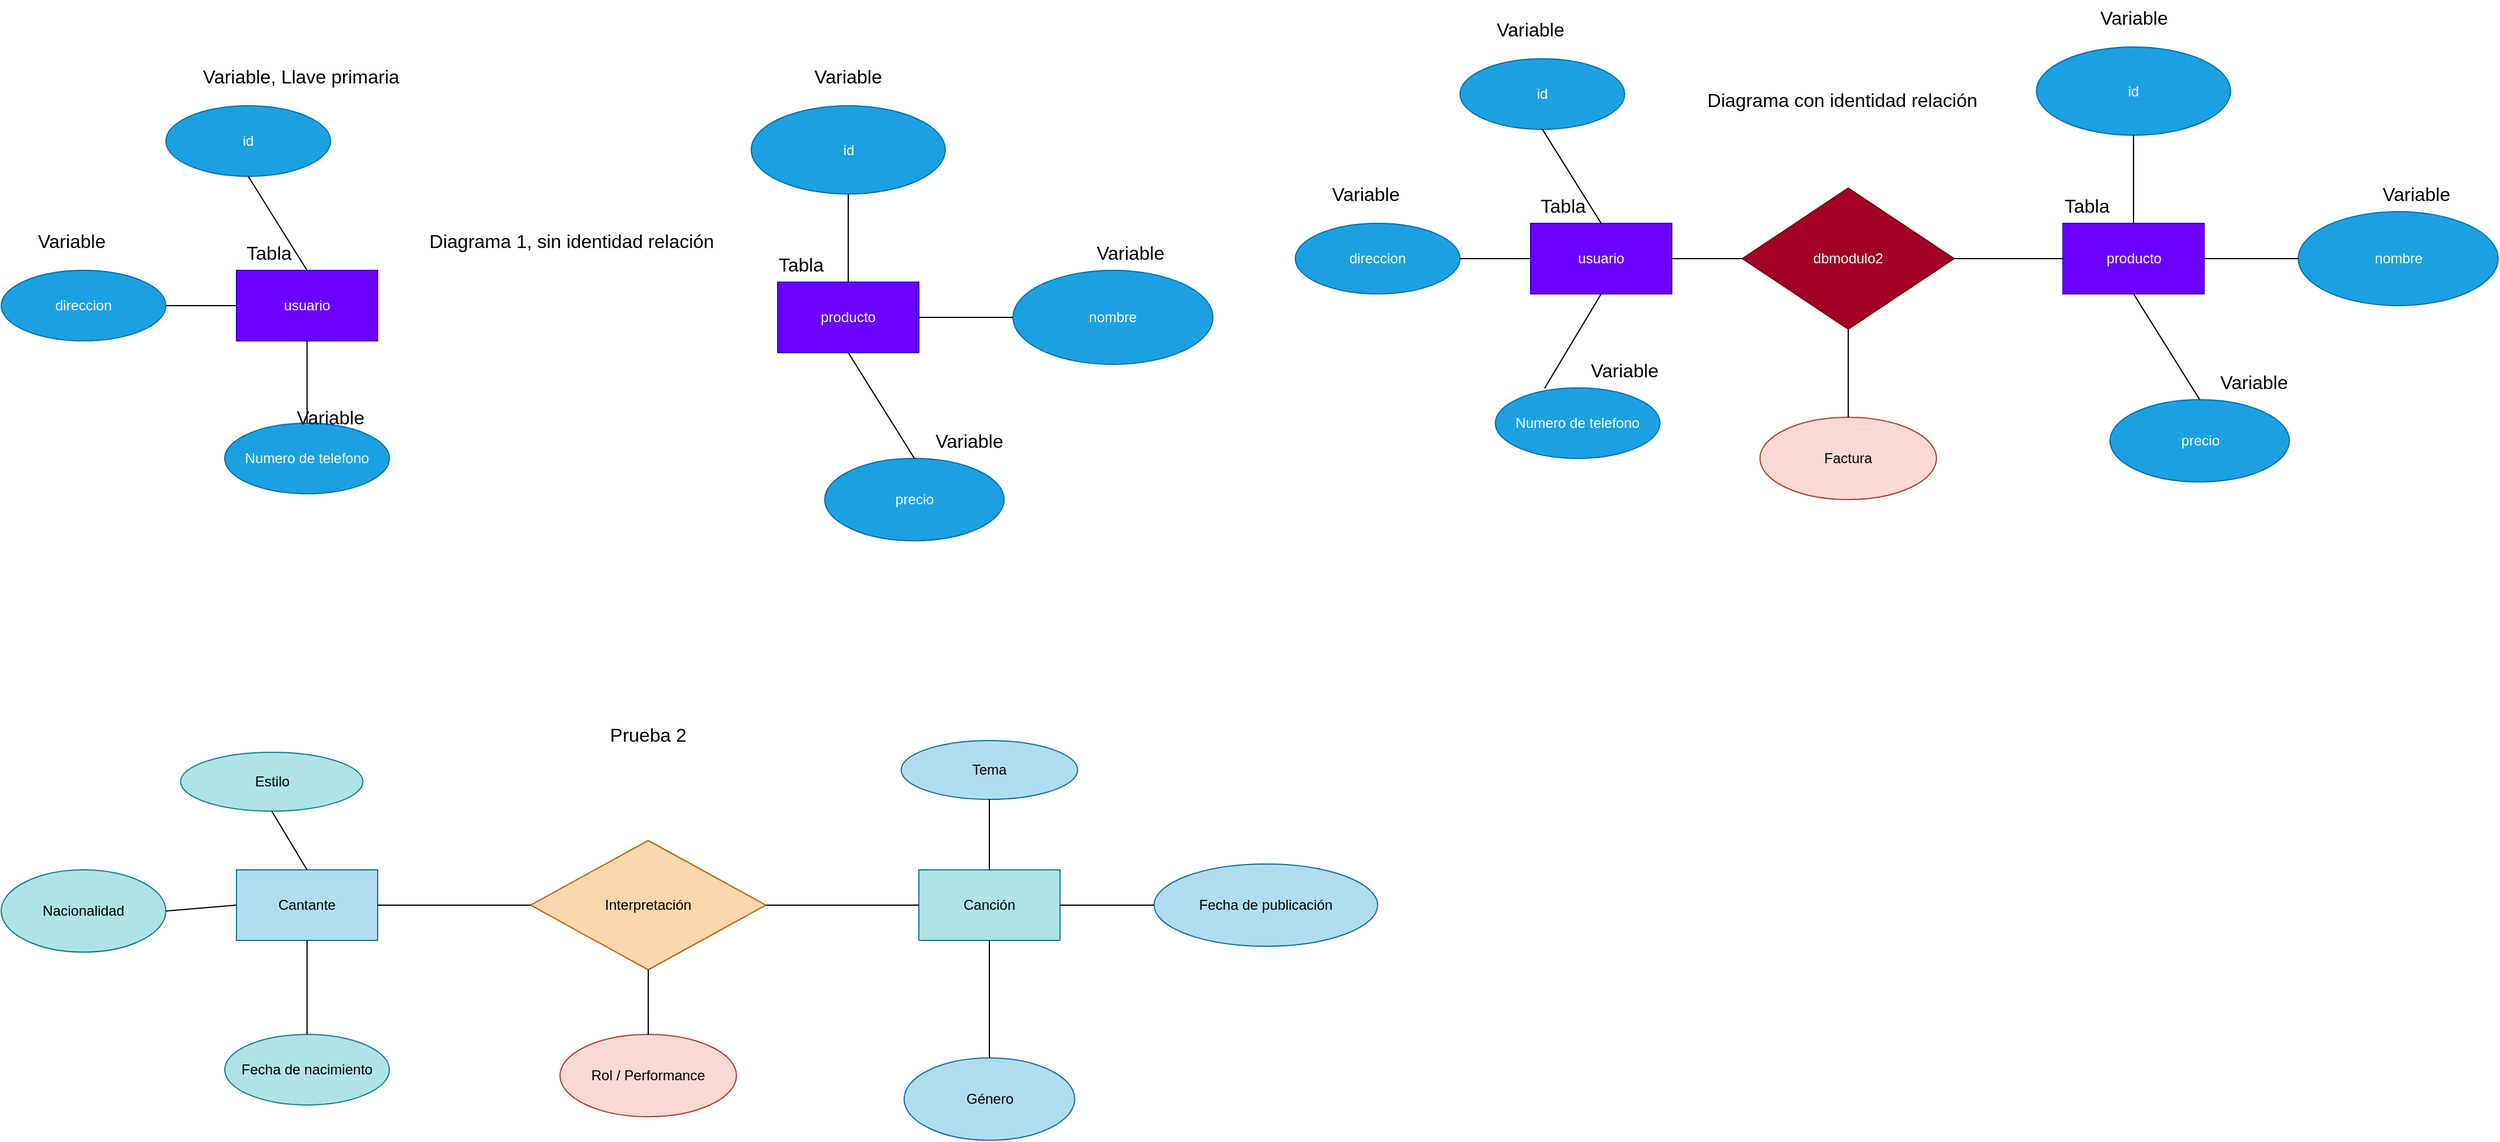
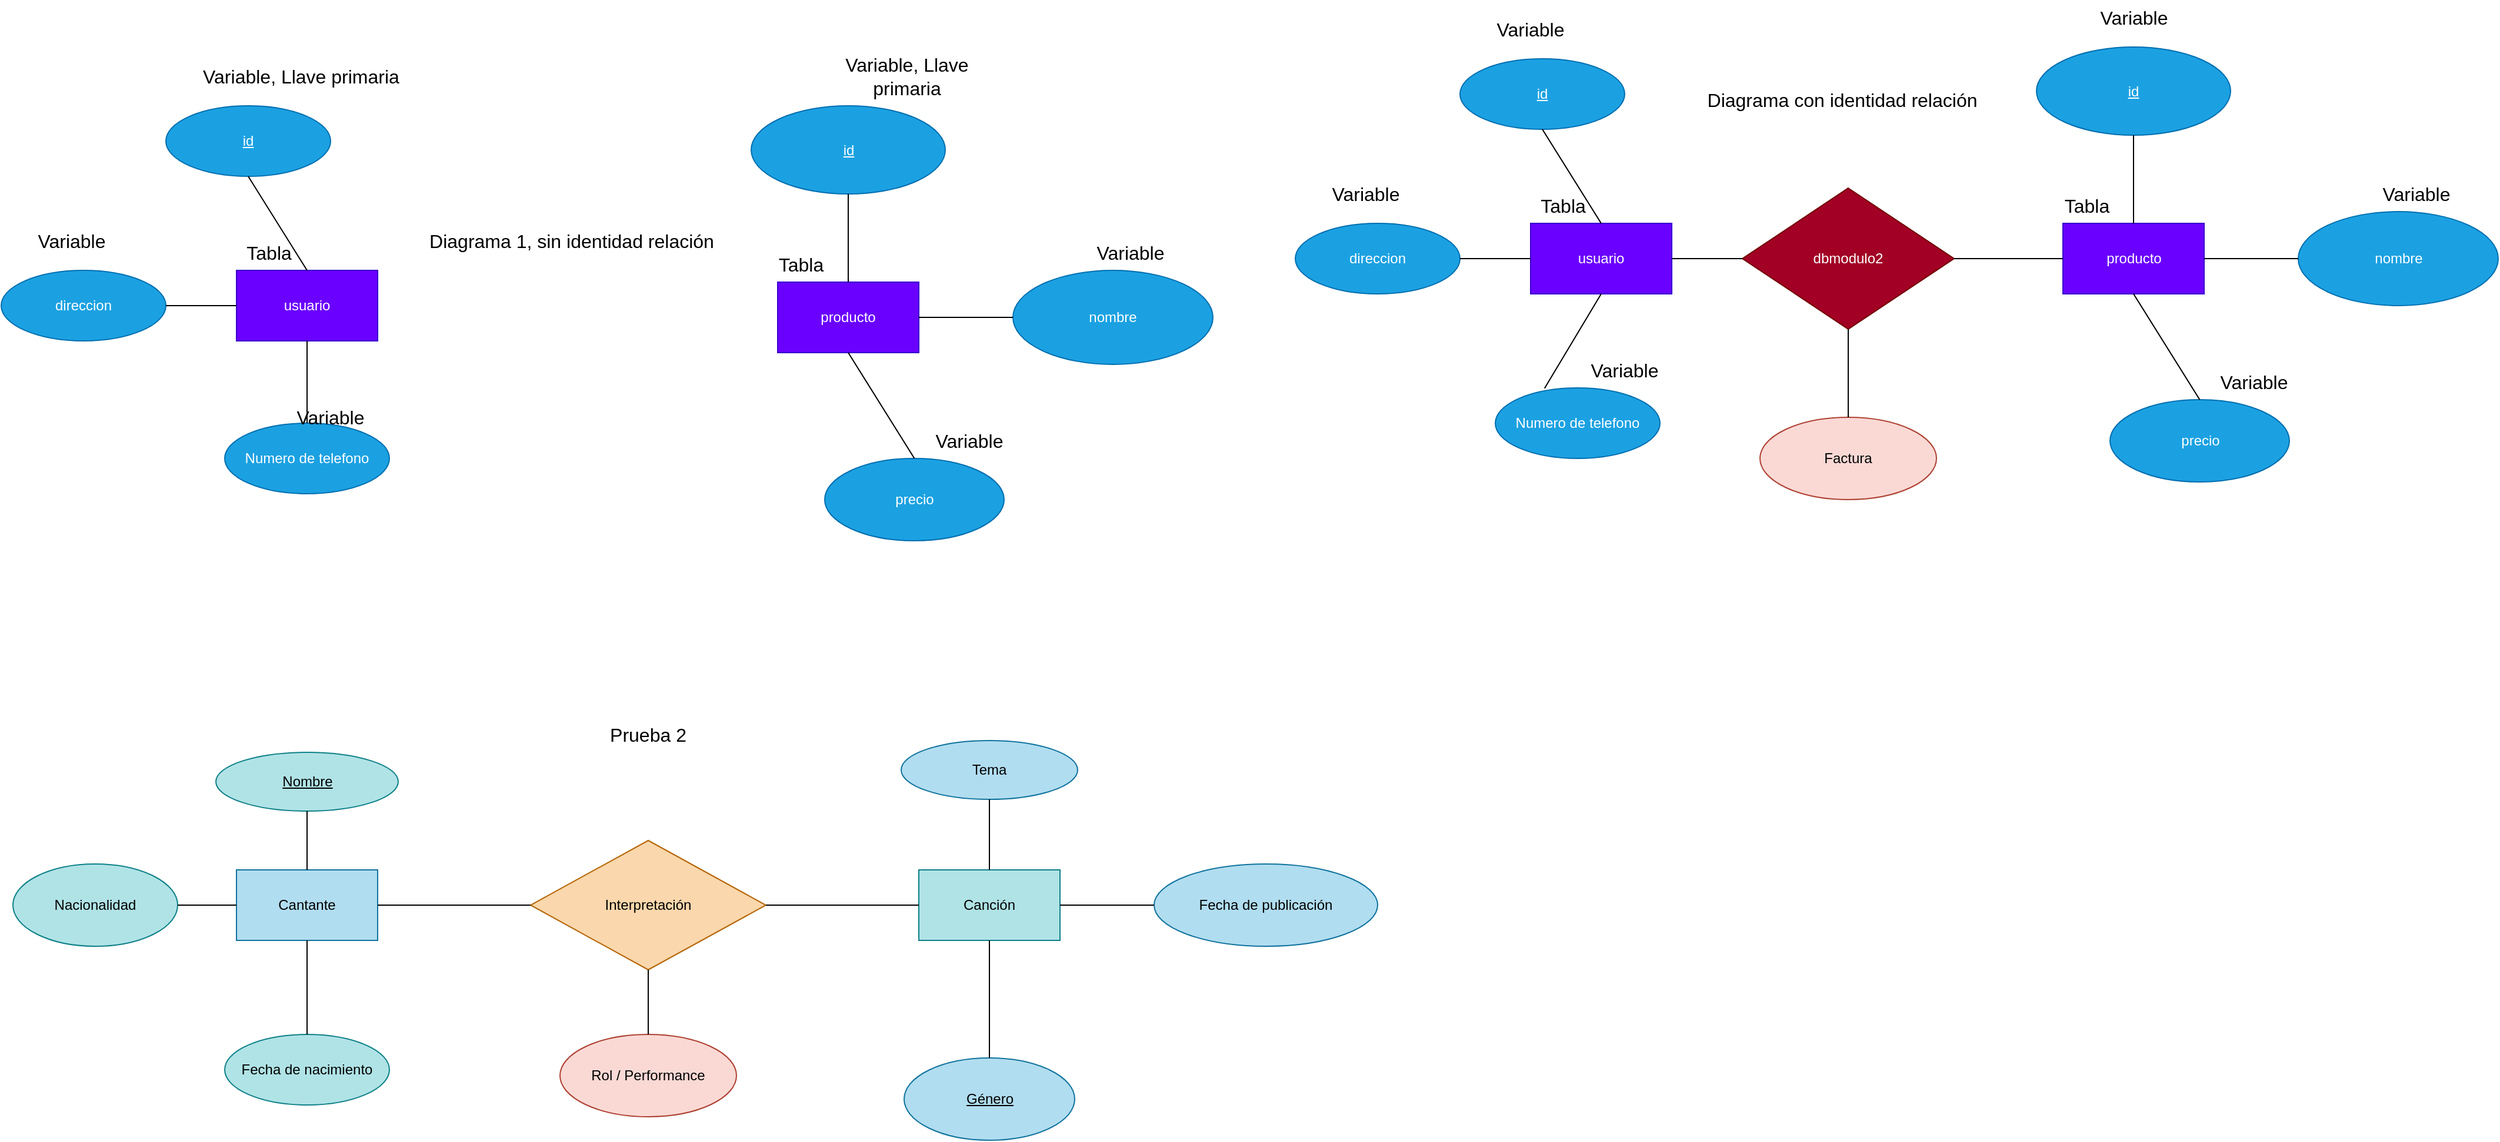
<mxfile host="app.diagrams.net">
  <diagram name="Página-1" id="nfUdaueJIMtsdfg6rRNS">
-     <mxGraphModel dx="2538" dy="1172" grid="1" gridSize="10" guides="1" tooltips="1" connect="1" arrows="1" fold="1" page="1" pageScale="1" pageWidth="827" pageHeight="1169" math="0" shadow="0">
+     <mxGraphModel dx="1717" dy="977" grid="1" gridSize="10" guides="1" tooltips="1" connect="1" arrows="1" fold="1" page="1" pageScale="1" pageWidth="827" pageHeight="1169" math="0" shadow="0">
      <root>
        <mxCell id="0" />
        <mxCell id="1" parent="0" />
        <mxCell id="ZaQHmrufIXdo-I1wcqfK-1" parent="1" style="whiteSpace=wrap;html=1;fillColor=#6a00ff;fontColor=#ffffff;strokeColor=#3700CC;" value="usuario" vertex="1">
          <mxGeometry height="60" width="120" x="220" y="230" as="geometry" />
        </mxCell>
-         <mxCell id="ZaQHmrufIXdo-I1wcqfK-2" parent="1" style="ellipse;whiteSpace=wrap;html=1;fillColor=#1ba1e2;fontColor=#ffffff;strokeColor=#006EAF;" value="id" vertex="1">
+         <mxCell id="ZaQHmrufIXdo-I1wcqfK-2" parent="1" style="ellipse;whiteSpace=wrap;html=1;fillColor=#1ba1e2;fontColor=#ffffff;strokeColor=#006EAF;" value="&lt;u&gt;id&lt;/u&gt;" vertex="1">
          <mxGeometry height="60" width="140" x="160" y="90" as="geometry" />
        </mxCell>
        <mxCell id="ZaQHmrufIXdo-I1wcqfK-3" parent="1" style="ellipse;whiteSpace=wrap;html=1;fillColor=#1ba1e2;fontColor=#ffffff;strokeColor=#006EAF;" value="Numero de telefono" vertex="1">
          <mxGeometry height="60" width="140" x="210" y="360" as="geometry" />
        </mxCell>
        <mxCell id="ZaQHmrufIXdo-I1wcqfK-4" parent="1" style="ellipse;whiteSpace=wrap;html=1;fillColor=#1ba1e2;fontColor=#ffffff;strokeColor=#006EAF;" value="direccion" vertex="1">
          <mxGeometry height="60" width="140" x="20" y="230" as="geometry" />
        </mxCell>
        <mxCell id="ZaQHmrufIXdo-I1wcqfK-13" parent="1" style="rhombus;whiteSpace=wrap;html=1;fillColor=#a20025;fontColor=#ffffff;strokeColor=#6F0000;" value="dbmodulo2" vertex="1">
          <mxGeometry height="120" width="180" x="1500" y="160" as="geometry" />
        </mxCell>
        <mxCell id="ZaQHmrufIXdo-I1wcqfK-14" parent="1" style="whiteSpace=wrap;html=1;fillColor=#6a00ff;fontColor=#ffffff;strokeColor=#3700CC;" value="producto" vertex="1">
          <mxGeometry height="60" width="120" x="680" y="240" as="geometry" />
        </mxCell>
        <mxCell id="ZaQHmrufIXdo-I1wcqfK-15" parent="1" style="ellipse;whiteSpace=wrap;html=1;fillColor=#1ba1e2;fontColor=#ffffff;strokeColor=#006EAF;" value="nombre" vertex="1">
          <mxGeometry height="80" width="170" x="880" y="230" as="geometry" />
        </mxCell>
        <mxCell id="ZaQHmrufIXdo-I1wcqfK-16" parent="1" style="ellipse;whiteSpace=wrap;html=1;fillColor=#1ba1e2;fontColor=#ffffff;strokeColor=#006EAF;" value="precio" vertex="1">
          <mxGeometry height="70" width="152.5" x="720" y="390" as="geometry" />
        </mxCell>
-         <mxCell id="ZaQHmrufIXdo-I1wcqfK-17" parent="1" style="ellipse;whiteSpace=wrap;html=1;fillColor=#1ba1e2;fontColor=#ffffff;strokeColor=#006EAF;" value="id" vertex="1">
+         <mxCell id="ZaQHmrufIXdo-I1wcqfK-17" parent="1" style="ellipse;whiteSpace=wrap;html=1;fillColor=#1ba1e2;fontColor=#ffffff;strokeColor=#006EAF;" value="&lt;u&gt;id&lt;/u&gt;" vertex="1">
          <mxGeometry height="75" width="165" x="657.5" y="90" as="geometry" />
        </mxCell>
        <mxCell id="ZaQHmrufIXdo-I1wcqfK-26" parent="1" style="text;html=1;whiteSpace=wrap;strokeColor=none;fillColor=none;align=center;verticalAlign=middle;rounded=0;fontSize=16;" value="Tabla&amp;nbsp;" vertex="1">
          <mxGeometry height="30" width="60" x="220" y="200" as="geometry" />
        </mxCell>
        <mxCell id="ZaQHmrufIXdo-I1wcqfK-27" parent="1" style="text;html=1;whiteSpace=wrap;strokeColor=none;fillColor=none;align=center;verticalAlign=middle;rounded=0;fontSize=16;" value="Tabla" vertex="1">
          <mxGeometry height="30" width="60" x="670" y="210" as="geometry" />
        </mxCell>
-         <mxCell id="ZaQHmrufIXdo-I1wcqfK-30" parent="1" style="text;html=1;whiteSpace=wrap;strokeColor=none;fillColor=none;align=center;verticalAlign=middle;rounded=0;fontSize=16;" value="Variable" vertex="1">
-           <mxGeometry height="30" width="60" x="710" y="50" as="geometry" />
+         <mxCell id="ZaQHmrufIXdo-I1wcqfK-30" parent="1" style="text;html=1;whiteSpace=wrap;strokeColor=none;fillColor=none;align=center;verticalAlign=middle;rounded=0;fontSize=16;" value="Variable, Llave primaria" vertex="1">
+           <mxGeometry height="30" width="160" x="710" y="50" as="geometry" />
        </mxCell>
        <mxCell id="ZaQHmrufIXdo-I1wcqfK-31" parent="1" style="text;html=1;whiteSpace=wrap;strokeColor=none;fillColor=none;align=center;verticalAlign=middle;rounded=0;fontSize=16;" value="Variable" vertex="1">
          <mxGeometry height="30" width="60" x="950" y="200" as="geometry" />
        </mxCell>
        <mxCell id="ZaQHmrufIXdo-I1wcqfK-32" parent="1" style="text;html=1;whiteSpace=wrap;strokeColor=none;fillColor=none;align=center;verticalAlign=middle;rounded=0;fontSize=16;" value="Variable" vertex="1">
          <mxGeometry height="30" width="60" x="812.5" y="360" as="geometry" />
        </mxCell>
        <mxCell id="ZaQHmrufIXdo-I1wcqfK-33" parent="1" style="text;html=1;whiteSpace=wrap;strokeColor=none;fillColor=none;align=center;verticalAlign=middle;rounded=0;fontSize=16;" value="Variable" vertex="1">
          <mxGeometry height="30" width="60" x="270" y="340" as="geometry" />
        </mxCell>
        <mxCell id="ZaQHmrufIXdo-I1wcqfK-34" parent="1" style="text;html=1;whiteSpace=wrap;strokeColor=none;fillColor=none;align=center;verticalAlign=middle;rounded=0;fontSize=16;" value="Variable" vertex="1">
          <mxGeometry height="30" width="60" x="50" y="190" as="geometry" />
        </mxCell>
        <mxCell id="ZaQHmrufIXdo-I1wcqfK-35" parent="1" style="text;html=1;whiteSpace=wrap;strokeColor=none;fillColor=none;align=center;verticalAlign=middle;rounded=0;fontSize=16;" value="Variable, Llave primaria" vertex="1">
          <mxGeometry height="30" width="170" x="190" y="50" as="geometry" />
        </mxCell>
        <mxCell id="ZaQHmrufIXdo-I1wcqfK-36" parent="1" style="whiteSpace=wrap;html=1;fillColor=#b1ddf0;strokeColor=#10739e;" value="Cantante" vertex="1">
          <mxGeometry height="60" width="120" x="220" y="740" as="geometry" />
        </mxCell>
-         <mxCell id="ZaQHmrufIXdo-I1wcqfK-37" parent="1" style="ellipse;whiteSpace=wrap;html=1;fillColor=#b0e3e6;strokeColor=#0e8088;" value="Estilo" vertex="1">
-           <mxGeometry height="50" width="155" x="172.5" y="640" as="geometry" />
+         <mxCell id="ZaQHmrufIXdo-I1wcqfK-37" parent="1" style="ellipse;whiteSpace=wrap;html=1;fillColor=#b0e3e6;strokeColor=#0e8088;" value="&lt;u&gt;Nombre&lt;/u&gt;" vertex="1">
+           <mxGeometry height="50" width="155" x="202.5" y="640" as="geometry" />
        </mxCell>
        <mxCell id="ZaQHmrufIXdo-I1wcqfK-38" parent="1" style="ellipse;whiteSpace=wrap;html=1;fillColor=#b0e3e6;strokeColor=#0e8088;" value="Fecha de nacimiento" vertex="1">
          <mxGeometry height="60" width="140" x="210" y="880" as="geometry" />
        </mxCell>
        <mxCell id="ZaQHmrufIXdo-I1wcqfK-40" parent="1" style="ellipse;whiteSpace=wrap;html=1;fillColor=#b0e3e6;strokeColor=#0e8088;" value="Nacionalidad" vertex="1">
-           <mxGeometry height="70" width="140" x="20" y="740" as="geometry" />
+           <mxGeometry height="70" width="140" x="30" y="735" as="geometry" />
        </mxCell>
        <mxCell id="ZaQHmrufIXdo-I1wcqfK-45" parent="1" style="rhombus;whiteSpace=wrap;html=1;fillColor=#fad7ac;strokeColor=#b46504;" value="Interpretación" vertex="1">
          <mxGeometry height="110" width="200" x="470" y="715" as="geometry" />
        </mxCell>
        <mxCell id="ZaQHmrufIXdo-I1wcqfK-47" parent="1" style="whiteSpace=wrap;html=1;fillColor=#b0e3e6;strokeColor=#0e8088;" value="Canción" vertex="1">
          <mxGeometry height="60" width="120" x="800" y="740" as="geometry" />
        </mxCell>
        <mxCell id="ZaQHmrufIXdo-I1wcqfK-48" parent="1" style="ellipse;whiteSpace=wrap;html=1;fillColor=#b1ddf0;strokeColor=#10739e;" value="Tema" vertex="1">
          <mxGeometry height="50" width="150" x="785" y="630" as="geometry" />
        </mxCell>
        <mxCell id="ZaQHmrufIXdo-I1wcqfK-49" parent="1" style="ellipse;whiteSpace=wrap;html=1;fillColor=#b1ddf0;strokeColor=#10739e;" value="Fecha de publicación" vertex="1">
          <mxGeometry height="70" width="190" x="1000" y="735" as="geometry" />
        </mxCell>
-         <mxCell id="ZaQHmrufIXdo-I1wcqfK-50" parent="1" style="ellipse;whiteSpace=wrap;html=1;fillColor=#b1ddf0;strokeColor=#10739e;" value="Género" vertex="1">
+         <mxCell id="ZaQHmrufIXdo-I1wcqfK-50" parent="1" style="ellipse;whiteSpace=wrap;html=1;fillColor=#b1ddf0;strokeColor=#10739e;" value="&lt;u&gt;Género&lt;/u&gt;" vertex="1">
          <mxGeometry height="70" width="145" x="787.5" y="900" as="geometry" />
        </mxCell>
        <mxCell id="ZaQHmrufIXdo-I1wcqfK-55" parent="1" style="ellipse;whiteSpace=wrap;html=1;fillColor=#fad9d5;strokeColor=#ae4132;" value="Factura" vertex="1">
          <mxGeometry height="70" width="150" x="1515" y="355" as="geometry" />
        </mxCell>
        <mxCell id="ZaQHmrufIXdo-I1wcqfK-59" parent="1" style="ellipse;whiteSpace=wrap;html=1;fillColor=#fad9d5;strokeColor=#ae4132;" value="Rol / Performance" vertex="1">
          <mxGeometry height="70" width="150" x="495" y="880" as="geometry" />
        </mxCell>
        <mxCell id="ZaQHmrufIXdo-I1wcqfK-62" parent="1" style="whiteSpace=wrap;html=1;fillColor=#6a00ff;fontColor=#ffffff;strokeColor=#3700CC;" value="producto" vertex="1">
          <mxGeometry height="60" width="120" x="1772.5" y="190" as="geometry" />
        </mxCell>
        <mxCell id="ZaQHmrufIXdo-I1wcqfK-63" parent="1" style="ellipse;whiteSpace=wrap;html=1;fillColor=#1ba1e2;fontColor=#ffffff;strokeColor=#006EAF;" value="nombre" vertex="1">
          <mxGeometry height="80" width="170" x="1972.5" y="180" as="geometry" />
        </mxCell>
        <mxCell id="ZaQHmrufIXdo-I1wcqfK-64" parent="1" style="ellipse;whiteSpace=wrap;html=1;fillColor=#1ba1e2;fontColor=#ffffff;strokeColor=#006EAF;" value="precio" vertex="1">
          <mxGeometry height="70" width="152.5" x="1812.5" y="340" as="geometry" />
        </mxCell>
-         <mxCell id="ZaQHmrufIXdo-I1wcqfK-65" parent="1" style="ellipse;whiteSpace=wrap;html=1;fillColor=#1ba1e2;fontColor=#ffffff;strokeColor=#006EAF;" value="id" vertex="1">
+         <mxCell id="ZaQHmrufIXdo-I1wcqfK-65" parent="1" style="ellipse;whiteSpace=wrap;html=1;fillColor=#1ba1e2;fontColor=#ffffff;strokeColor=#006EAF;" value="&lt;u&gt;id&lt;/u&gt;" vertex="1">
          <mxGeometry height="75" width="165" x="1750" y="40" as="geometry" />
        </mxCell>
        <mxCell id="ZaQHmrufIXdo-I1wcqfK-69" parent="1" style="text;html=1;whiteSpace=wrap;strokeColor=none;fillColor=none;align=center;verticalAlign=middle;rounded=0;fontSize=16;" value="Tabla" vertex="1">
          <mxGeometry height="30" width="60" x="1762.5" y="160" as="geometry" />
        </mxCell>
        <mxCell id="ZaQHmrufIXdo-I1wcqfK-70" parent="1" style="text;html=1;whiteSpace=wrap;strokeColor=none;fillColor=none;align=center;verticalAlign=middle;rounded=0;fontSize=16;" value="Variable" vertex="1">
          <mxGeometry height="30" width="60" x="1802.5" as="geometry" />
        </mxCell>
        <mxCell id="ZaQHmrufIXdo-I1wcqfK-71" parent="1" style="text;html=1;whiteSpace=wrap;strokeColor=none;fillColor=none;align=center;verticalAlign=middle;rounded=0;fontSize=16;" value="Variable" vertex="1">
          <mxGeometry height="30" width="60" x="2042.5" y="150" as="geometry" />
        </mxCell>
        <mxCell id="ZaQHmrufIXdo-I1wcqfK-72" parent="1" style="text;html=1;whiteSpace=wrap;strokeColor=none;fillColor=none;align=center;verticalAlign=middle;rounded=0;fontSize=16;" value="Variable" vertex="1">
          <mxGeometry height="30" width="60" x="1905" y="310" as="geometry" />
        </mxCell>
        <mxCell id="ZaQHmrufIXdo-I1wcqfK-85" parent="1" style="whiteSpace=wrap;html=1;fillColor=#6a00ff;fontColor=#ffffff;strokeColor=#3700CC;" value="usuario" vertex="1">
          <mxGeometry height="60" width="120" x="1320" y="190" as="geometry" />
        </mxCell>
-         <mxCell id="ZaQHmrufIXdo-I1wcqfK-86" parent="1" style="ellipse;whiteSpace=wrap;html=1;fillColor=#1ba1e2;fontColor=#ffffff;strokeColor=#006EAF;" value="id" vertex="1">
+         <mxCell id="ZaQHmrufIXdo-I1wcqfK-86" parent="1" style="ellipse;whiteSpace=wrap;html=1;fillColor=#1ba1e2;fontColor=#ffffff;strokeColor=#006EAF;" value="&lt;u&gt;id&lt;/u&gt;" vertex="1">
          <mxGeometry height="60" width="140" x="1260" y="50" as="geometry" />
        </mxCell>
        <mxCell id="ZaQHmrufIXdo-I1wcqfK-87" parent="1" style="ellipse;whiteSpace=wrap;html=1;fillColor=#1ba1e2;fontColor=#ffffff;strokeColor=#006EAF;" value="Numero de telefono" vertex="1">
          <mxGeometry height="60" width="140" x="1290" y="330" as="geometry" />
        </mxCell>
        <mxCell id="ZaQHmrufIXdo-I1wcqfK-88" parent="1" style="ellipse;whiteSpace=wrap;html=1;fillColor=#1ba1e2;fontColor=#ffffff;strokeColor=#006EAF;" value="direccion" vertex="1">
          <mxGeometry height="60" width="140" x="1120" y="190" as="geometry" />
        </mxCell>
        <mxCell id="ZaQHmrufIXdo-I1wcqfK-92" parent="1" style="text;html=1;whiteSpace=wrap;strokeColor=none;fillColor=none;align=center;verticalAlign=middle;rounded=0;fontSize=16;" value="Tabla&amp;nbsp;" vertex="1">
          <mxGeometry height="30" width="60" x="1320" y="160" as="geometry" />
        </mxCell>
        <mxCell id="ZaQHmrufIXdo-I1wcqfK-93" parent="1" style="text;html=1;whiteSpace=wrap;strokeColor=none;fillColor=none;align=center;verticalAlign=middle;rounded=0;fontSize=16;" value="Variable" vertex="1">
          <mxGeometry height="30" width="60" x="1370" y="300" as="geometry" />
        </mxCell>
        <mxCell id="ZaQHmrufIXdo-I1wcqfK-94" parent="1" style="text;html=1;whiteSpace=wrap;strokeColor=none;fillColor=none;align=center;verticalAlign=middle;rounded=0;fontSize=16;" value="Variable" vertex="1">
          <mxGeometry height="30" width="60" x="1150" y="150" as="geometry" />
        </mxCell>
        <mxCell id="ZaQHmrufIXdo-I1wcqfK-95" parent="1" style="text;html=1;whiteSpace=wrap;strokeColor=none;fillColor=none;align=center;verticalAlign=middle;rounded=0;fontSize=16;" value="Variable" vertex="1">
          <mxGeometry height="30" width="60" x="1290" y="10" as="geometry" />
        </mxCell>
        <mxCell id="ZaQHmrufIXdo-I1wcqfK-97" edge="1" parent="1" source="ZaQHmrufIXdo-I1wcqfK-88" style="endArrow=none;html=1;rounded=0;fontSize=12;startSize=8;endSize=8;curved=1;entryX=0;entryY=0.5;entryDx=0;entryDy=0;exitX=1;exitY=0.5;exitDx=0;exitDy=0;" target="ZaQHmrufIXdo-I1wcqfK-85" value="">
          <mxGeometry height="50" relative="1" width="50" as="geometry">
            <mxPoint x="1140" y="230" as="sourcePoint" />
            <mxPoint x="1190" y="180" as="targetPoint" />
          </mxGeometry>
        </mxCell>
        <mxCell id="ZaQHmrufIXdo-I1wcqfK-100" edge="1" parent="1" source="ZaQHmrufIXdo-I1wcqfK-87" style="endArrow=none;html=1;rounded=0;fontSize=12;startSize=8;endSize=8;curved=1;entryX=0.5;entryY=1;entryDx=0;entryDy=0;exitX=0.299;exitY=0.007;exitDx=0;exitDy=0;exitPerimeter=0;" target="ZaQHmrufIXdo-I1wcqfK-85" value="">
          <mxGeometry height="50" relative="1" width="50" as="geometry">
            <mxPoint x="1270" y="270" as="sourcePoint" />
            <mxPoint x="1330" y="270" as="targetPoint" />
          </mxGeometry>
        </mxCell>
        <mxCell id="ZaQHmrufIXdo-I1wcqfK-101" edge="1" parent="1" source="ZaQHmrufIXdo-I1wcqfK-85" style="endArrow=none;html=1;rounded=0;fontSize=12;startSize=8;endSize=8;curved=1;entryX=0.5;entryY=1;entryDx=0;entryDy=0;exitX=0.5;exitY=0;exitDx=0;exitDy=0;" target="ZaQHmrufIXdo-I1wcqfK-86" value="">
          <mxGeometry height="50" relative="1" width="50" as="geometry">
            <mxPoint x="1230" y="370" as="sourcePoint" />
            <mxPoint x="1278" y="290" as="targetPoint" />
          </mxGeometry>
        </mxCell>
        <mxCell id="ZaQHmrufIXdo-I1wcqfK-102" edge="1" parent="1" source="ZaQHmrufIXdo-I1wcqfK-62" style="endArrow=none;html=1;rounded=0;fontSize=12;startSize=8;endSize=8;curved=1;entryX=0.5;entryY=1;entryDx=0;entryDy=0;exitX=0.5;exitY=0;exitDx=0;exitDy=0;" target="ZaQHmrufIXdo-I1wcqfK-65" value="">
          <mxGeometry height="50" relative="1" width="50" as="geometry">
            <mxPoint x="1890" y="190" as="sourcePoint" />
            <mxPoint x="1938" y="110" as="targetPoint" />
          </mxGeometry>
        </mxCell>
        <mxCell id="ZaQHmrufIXdo-I1wcqfK-103" edge="1" parent="1" source="ZaQHmrufIXdo-I1wcqfK-62" style="endArrow=none;html=1;rounded=0;fontSize=12;startSize=8;endSize=8;curved=1;entryX=0;entryY=0.5;entryDx=0;entryDy=0;exitX=1;exitY=0.5;exitDx=0;exitDy=0;" target="ZaQHmrufIXdo-I1wcqfK-63" value="">
          <mxGeometry height="50" relative="1" width="50" as="geometry">
            <mxPoint x="1940" y="290" as="sourcePoint" />
            <mxPoint x="1988" y="210" as="targetPoint" />
          </mxGeometry>
        </mxCell>
        <mxCell id="ZaQHmrufIXdo-I1wcqfK-105" edge="1" parent="1" source="ZaQHmrufIXdo-I1wcqfK-64" style="endArrow=none;html=1;rounded=0;fontSize=12;startSize=8;endSize=8;curved=1;entryX=0.5;entryY=1;entryDx=0;entryDy=0;exitX=0.5;exitY=0;exitDx=0;exitDy=0;" target="ZaQHmrufIXdo-I1wcqfK-62" value="">
          <mxGeometry height="50" relative="1" width="50" as="geometry">
            <mxPoint x="1860" y="370" as="sourcePoint" />
            <mxPoint x="1908" y="290" as="targetPoint" />
          </mxGeometry>
        </mxCell>
        <mxCell id="ZaQHmrufIXdo-I1wcqfK-106" edge="1" parent="1" source="ZaQHmrufIXdo-I1wcqfK-55" style="endArrow=none;html=1;rounded=0;fontSize=12;startSize=8;endSize=8;curved=1;entryX=0.5;entryY=1;entryDx=0;entryDy=0;exitX=0.5;exitY=0;exitDx=0;exitDy=0;" target="ZaQHmrufIXdo-I1wcqfK-13" value="">
          <mxGeometry height="50" relative="1" width="50" as="geometry">
            <mxPoint x="1710" y="380" as="sourcePoint" />
            <mxPoint x="1758" y="300" as="targetPoint" />
          </mxGeometry>
        </mxCell>
        <mxCell id="ZaQHmrufIXdo-I1wcqfK-107" edge="1" parent="1" source="ZaQHmrufIXdo-I1wcqfK-14" style="endArrow=none;html=1;rounded=0;fontSize=12;startSize=8;endSize=8;curved=1;entryX=0;entryY=0.5;entryDx=0;entryDy=0;exitX=1;exitY=0.5;exitDx=0;exitDy=0;" target="ZaQHmrufIXdo-I1wcqfK-15" value="">
          <mxGeometry height="50" relative="1" width="50" as="geometry">
            <mxPoint x="850" y="280" as="sourcePoint" />
            <mxPoint x="898" y="200" as="targetPoint" />
          </mxGeometry>
        </mxCell>
        <mxCell id="ZaQHmrufIXdo-I1wcqfK-108" edge="1" parent="1" source="ZaQHmrufIXdo-I1wcqfK-14" style="endArrow=none;html=1;rounded=0;fontSize=12;startSize=8;endSize=8;curved=1;entryX=0.5;entryY=1;entryDx=0;entryDy=0;exitX=0.5;exitY=0;exitDx=0;exitDy=0;" target="ZaQHmrufIXdo-I1wcqfK-17" value="">
          <mxGeometry height="50" relative="1" width="50" as="geometry">
            <mxPoint x="770" y="240" as="sourcePoint" />
            <mxPoint x="818" y="160" as="targetPoint" />
          </mxGeometry>
        </mxCell>
        <mxCell id="ZaQHmrufIXdo-I1wcqfK-109" edge="1" parent="1" source="ZaQHmrufIXdo-I1wcqfK-16" style="endArrow=none;html=1;rounded=0;fontSize=12;startSize=8;endSize=8;curved=1;entryX=0.5;entryY=1;entryDx=0;entryDy=0;exitX=0.5;exitY=0;exitDx=0;exitDy=0;" target="ZaQHmrufIXdo-I1wcqfK-14" value="">
          <mxGeometry height="50" relative="1" width="50" as="geometry">
            <mxPoint x="770" y="430" as="sourcePoint" />
            <mxPoint x="818" y="350" as="targetPoint" />
          </mxGeometry>
        </mxCell>
        <mxCell id="ZaQHmrufIXdo-I1wcqfK-110" edge="1" parent="1" source="ZaQHmrufIXdo-I1wcqfK-1" style="endArrow=none;html=1;rounded=0;fontSize=12;startSize=8;endSize=8;curved=1;entryX=0.5;entryY=1;entryDx=0;entryDy=0;exitX=0.5;exitY=0;exitDx=0;exitDy=0;" target="ZaQHmrufIXdo-I1wcqfK-2" value="">
          <mxGeometry height="50" relative="1" width="50" as="geometry">
            <mxPoint x="240" y="240" as="sourcePoint" />
            <mxPoint x="288" y="160" as="targetPoint" />
          </mxGeometry>
        </mxCell>
        <mxCell id="ZaQHmrufIXdo-I1wcqfK-111" edge="1" parent="1" source="ZaQHmrufIXdo-I1wcqfK-4" style="endArrow=none;html=1;rounded=0;fontSize=12;startSize=8;endSize=8;curved=1;entryX=0;entryY=0.5;entryDx=0;entryDy=0;exitX=1;exitY=0.5;exitDx=0;exitDy=0;" target="ZaQHmrufIXdo-I1wcqfK-1" value="">
          <mxGeometry height="50" relative="1" width="50" as="geometry">
            <mxPoint x="180" y="330" as="sourcePoint" />
            <mxPoint x="228" y="250" as="targetPoint" />
          </mxGeometry>
        </mxCell>
        <mxCell id="ZaQHmrufIXdo-I1wcqfK-112" edge="1" parent="1" source="ZaQHmrufIXdo-I1wcqfK-3" style="endArrow=none;html=1;rounded=0;fontSize=12;startSize=8;endSize=8;curved=1;entryX=0.5;entryY=1;entryDx=0;entryDy=0;exitX=0.5;exitY=0;exitDx=0;exitDy=0;" target="ZaQHmrufIXdo-I1wcqfK-1" value="">
          <mxGeometry height="50" relative="1" width="50" as="geometry">
            <mxPoint x="270" y="390" as="sourcePoint" />
            <mxPoint x="318" y="310" as="targetPoint" />
          </mxGeometry>
        </mxCell>
        <mxCell id="ZaQHmrufIXdo-I1wcqfK-113" edge="1" parent="1" source="ZaQHmrufIXdo-I1wcqfK-36" style="endArrow=none;html=1;rounded=0;fontSize=12;startSize=8;endSize=8;curved=1;entryX=0.5;entryY=1;entryDx=0;entryDy=0;exitX=0.5;exitY=0;exitDx=0;exitDy=0;" target="ZaQHmrufIXdo-I1wcqfK-37" value="">
          <mxGeometry height="50" relative="1" width="50" as="geometry">
            <mxPoint x="340" y="780" as="sourcePoint" />
            <mxPoint x="388" y="700" as="targetPoint" />
          </mxGeometry>
        </mxCell>
        <mxCell id="ZaQHmrufIXdo-I1wcqfK-114" edge="1" parent="1" source="ZaQHmrufIXdo-I1wcqfK-40" style="endArrow=none;html=1;rounded=0;fontSize=12;startSize=8;endSize=8;curved=1;entryX=0;entryY=0.5;entryDx=0;entryDy=0;exitX=1;exitY=0.5;exitDx=0;exitDy=0;" target="ZaQHmrufIXdo-I1wcqfK-36" value="">
          <mxGeometry height="50" relative="1" width="50" as="geometry">
            <mxPoint x="190" y="850" as="sourcePoint" />
            <mxPoint x="238" y="770" as="targetPoint" />
          </mxGeometry>
        </mxCell>
        <mxCell id="ZaQHmrufIXdo-I1wcqfK-115" edge="1" parent="1" source="ZaQHmrufIXdo-I1wcqfK-38" style="endArrow=none;html=1;rounded=0;fontSize=12;startSize=8;endSize=8;curved=1;entryX=0.5;entryY=1;entryDx=0;entryDy=0;exitX=0.5;exitY=0;exitDx=0;exitDy=0;" target="ZaQHmrufIXdo-I1wcqfK-36" value="">
          <mxGeometry height="50" relative="1" width="50" as="geometry">
            <mxPoint x="270" y="930" as="sourcePoint" />
            <mxPoint x="318" y="850" as="targetPoint" />
          </mxGeometry>
        </mxCell>
        <mxCell id="ZaQHmrufIXdo-I1wcqfK-116" edge="1" parent="1" source="ZaQHmrufIXdo-I1wcqfK-59" style="endArrow=none;html=1;rounded=0;fontSize=12;startSize=8;endSize=8;curved=1;entryX=0.5;entryY=1;entryDx=0;entryDy=0;exitX=0.5;exitY=0;exitDx=0;exitDy=0;" target="ZaQHmrufIXdo-I1wcqfK-45" value="">
          <mxGeometry height="50" relative="1" width="50" as="geometry">
            <mxPoint x="570" y="890" as="sourcePoint" />
            <mxPoint x="618" y="850" as="targetPoint" />
          </mxGeometry>
        </mxCell>
        <mxCell id="ZaQHmrufIXdo-I1wcqfK-117" edge="1" parent="1" source="ZaQHmrufIXdo-I1wcqfK-50" style="endArrow=none;html=1;rounded=0;fontSize=12;startSize=8;endSize=8;curved=1;entryX=0.5;entryY=1;entryDx=0;entryDy=0;exitX=0.5;exitY=0;exitDx=0;exitDy=0;" target="ZaQHmrufIXdo-I1wcqfK-47" value="">
          <mxGeometry height="50" relative="1" width="50" as="geometry">
            <mxPoint x="860" y="940" as="sourcePoint" />
            <mxPoint x="908" y="860" as="targetPoint" />
          </mxGeometry>
        </mxCell>
        <mxCell id="ZaQHmrufIXdo-I1wcqfK-118" edge="1" parent="1" source="ZaQHmrufIXdo-I1wcqfK-47" style="endArrow=none;html=1;rounded=0;fontSize=12;startSize=8;endSize=8;curved=1;entryX=0.5;entryY=1;entryDx=0;entryDy=0;exitX=0.5;exitY=0;exitDx=0;exitDy=0;" target="ZaQHmrufIXdo-I1wcqfK-48" value="">
          <mxGeometry height="50" relative="1" width="50" as="geometry">
            <mxPoint x="860" y="770" as="sourcePoint" />
            <mxPoint x="908" y="690" as="targetPoint" />
          </mxGeometry>
        </mxCell>
        <mxCell id="ZaQHmrufIXdo-I1wcqfK-119" edge="1" parent="1" source="ZaQHmrufIXdo-I1wcqfK-47" style="endArrow=none;html=1;rounded=0;fontSize=12;startSize=8;endSize=8;curved=1;entryX=0;entryY=0.5;entryDx=0;entryDy=0;exitX=1;exitY=0.5;exitDx=0;exitDy=0;" target="ZaQHmrufIXdo-I1wcqfK-49" value="">
          <mxGeometry height="50" relative="1" width="50" as="geometry">
            <mxPoint x="960" y="840" as="sourcePoint" />
            <mxPoint x="1008" y="760" as="targetPoint" />
          </mxGeometry>
        </mxCell>
        <mxCell id="ZaQHmrufIXdo-I1wcqfK-120" parent="1" style="text;html=1;whiteSpace=wrap;strokeColor=none;fillColor=none;align=center;verticalAlign=middle;rounded=0;fontSize=16;" value="Prueba 2" vertex="1">
          <mxGeometry height="30" width="270" x="435" y="610" as="geometry" />
        </mxCell>
        <mxCell id="ZaQHmrufIXdo-I1wcqfK-121" parent="1" style="text;html=1;whiteSpace=wrap;strokeColor=none;fillColor=none;align=center;verticalAlign=middle;rounded=0;fontSize=16;" value="Diagrama 1, sin identidad relación" vertex="1">
          <mxGeometry height="30" width="280" x="365" y="190" as="geometry" />
        </mxCell>
        <mxCell id="ZaQHmrufIXdo-I1wcqfK-122" parent="1" style="text;html=1;whiteSpace=wrap;strokeColor=none;fillColor=none;align=center;verticalAlign=middle;rounded=0;fontSize=16;" value="Diagrama con identidad relación" vertex="1">
          <mxGeometry height="60" width="270" x="1450" y="55" as="geometry" />
        </mxCell>
        <mxCell id="5GYM9I0c8PAxiBk6e9KQ-1" edge="1" parent="1" source="ZaQHmrufIXdo-I1wcqfK-62" style="endArrow=none;html=1;rounded=0;fontSize=12;startSize=8;endSize=8;curved=1;entryX=1;entryY=0.5;entryDx=0;entryDy=0;exitX=0;exitY=0.5;exitDx=0;exitDy=0;" target="ZaQHmrufIXdo-I1wcqfK-13" value="">
          <mxGeometry height="50" relative="1" width="50" as="geometry">
            <mxPoint x="1740" y="295" as="sourcePoint" />
            <mxPoint x="1740" y="220" as="targetPoint" />
          </mxGeometry>
        </mxCell>
        <mxCell id="5GYM9I0c8PAxiBk6e9KQ-3" edge="1" parent="1" source="ZaQHmrufIXdo-I1wcqfK-13" style="endArrow=none;html=1;rounded=0;fontSize=12;startSize=8;endSize=8;curved=1;entryX=1;entryY=0.5;entryDx=0;entryDy=0;exitX=0;exitY=0.5;exitDx=0;exitDy=0;" target="ZaQHmrufIXdo-I1wcqfK-85" value="">
          <mxGeometry height="50" relative="1" width="50" as="geometry">
            <mxPoint x="1470" y="295" as="sourcePoint" />
            <mxPoint x="1470" y="220" as="targetPoint" />
          </mxGeometry>
        </mxCell>
        <mxCell id="5GYM9I0c8PAxiBk6e9KQ-4" edge="1" parent="1" source="ZaQHmrufIXdo-I1wcqfK-47" style="endArrow=none;html=1;rounded=0;fontSize=12;startSize=8;endSize=8;curved=1;entryX=1;entryY=0.5;entryDx=0;entryDy=0;exitX=0;exitY=0.5;exitDx=0;exitDy=0;" target="ZaQHmrufIXdo-I1wcqfK-45" value="">
          <mxGeometry height="50" relative="1" width="50" as="geometry">
            <mxPoint x="730" y="845" as="sourcePoint" />
            <mxPoint x="730" y="770" as="targetPoint" />
          </mxGeometry>
        </mxCell>
        <mxCell id="5GYM9I0c8PAxiBk6e9KQ-5" edge="1" parent="1" source="ZaQHmrufIXdo-I1wcqfK-45" style="endArrow=none;html=1;rounded=0;fontSize=12;startSize=8;endSize=8;curved=1;entryX=1;entryY=0.5;entryDx=0;entryDy=0;exitX=0;exitY=0.5;exitDx=0;exitDy=0;" target="ZaQHmrufIXdo-I1wcqfK-36" value="">
          <mxGeometry height="50" relative="1" width="50" as="geometry">
            <mxPoint x="390" y="835" as="sourcePoint" />
            <mxPoint x="390" y="760" as="targetPoint" />
          </mxGeometry>
        </mxCell>
      </root>
    </mxGraphModel>
  </diagram>
</mxfile>
